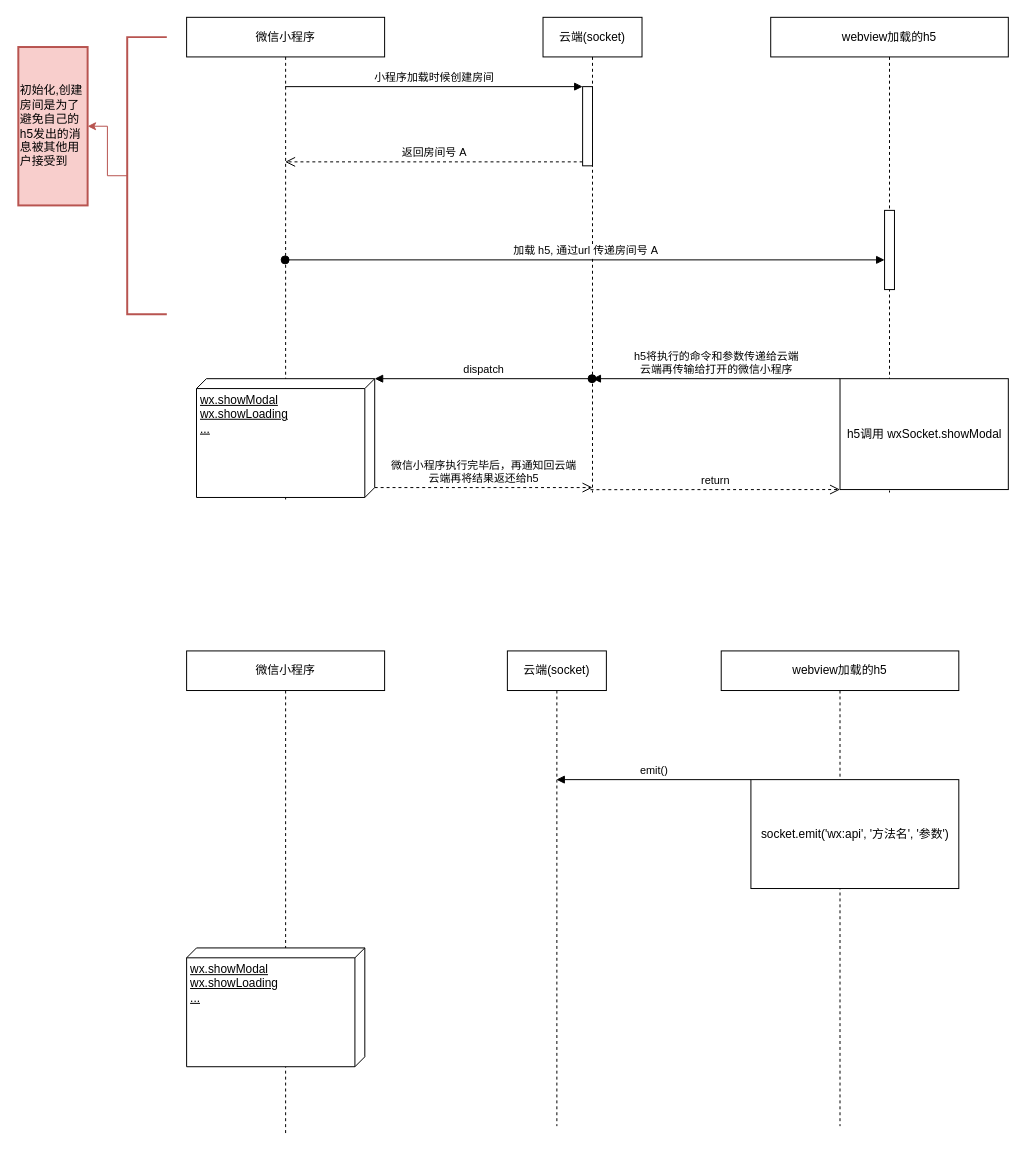
Above: page "小程序-h5通讯架构设计" (4 of 4) of Untitled Diagram.drawio in clevok/static (draw.io), before the change. Source tidied: cells renumbered, new cells numbered last; positions are measured from the earlier drawing's top-left corner, leaving out a move shared by most shapes. Both pictures are drawn from the tidied source at 99%, with x=0, y=0 at pixel (18, 17).
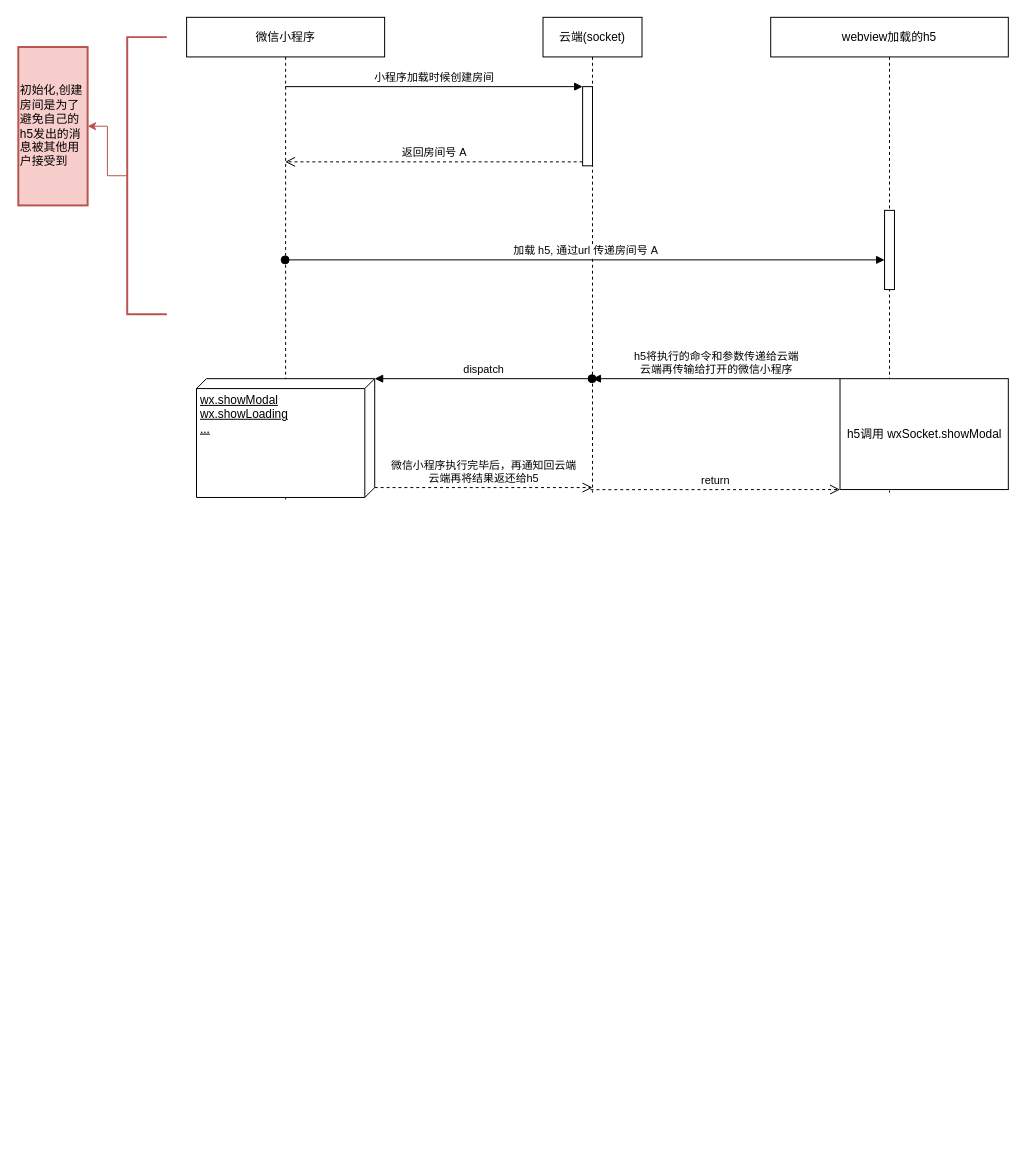
After the change.

What changed in the source:
```diff
@@
-    <mxCell id="19" value="微信小程序" style="shape=umlLifeline;perimeter=lifelinePerimeter;whiteSpace=wrap;html=1;" parent="1" vertex="1">
-      <mxGeometry x="170" y="640" width="200" height="490" as="geometry" />
-    </mxCell>
-    <mxCell id="20" value="wx.showModal&lt;br&gt;wx.showLoading&lt;br&gt;..." style="verticalAlign=top;align=left;spacingTop=8;spacingLeft=2;spacingRight=12;shape=cube;size=10;direction=south;fontStyle=4;html=1;" parent="19" vertex="1">
-      <mxGeometry y="300" width="180" height="120" as="geometry" />
-    </mxCell>
-    <mxCell id="21" value="云端(socket)" style="shape=umlLifeline;perimeter=lifelinePerimeter;whiteSpace=wrap;html=1;outlineConnect=0;" parent="1" vertex="1">
-      <mxGeometry x="494" y="640" width="100" height="480" as="geometry" />
-    </mxCell>
-    <mxCell id="22" value="webview加载的h5" style="shape=umlLifeline;perimeter=lifelinePerimeter;whiteSpace=wrap;html=1;" parent="1" vertex="1">
-      <mxGeometry x="710" y="640" width="240" height="480" as="geometry" />
-    </mxCell>
-    <mxCell id="23" value="&lt;span&gt;socket.emit('wx:api', '方法名', '参数')&lt;/span&gt;" style="html=1;" parent="22" vertex="1">
-      <mxGeometry x="30" y="130" width="210" height="110" as="geometry" />
-    </mxCell>
-    <mxCell id="24" value="emit()" style="html=1;verticalAlign=bottom;endArrow=block;rounded=0;exitX=0;exitY=0;exitDx=0;exitDy=0;" parent="1" edge="1" source="23" target="21">
-      <mxGeometry relative="1" as="geometry" />
-    </mxCell>
```
